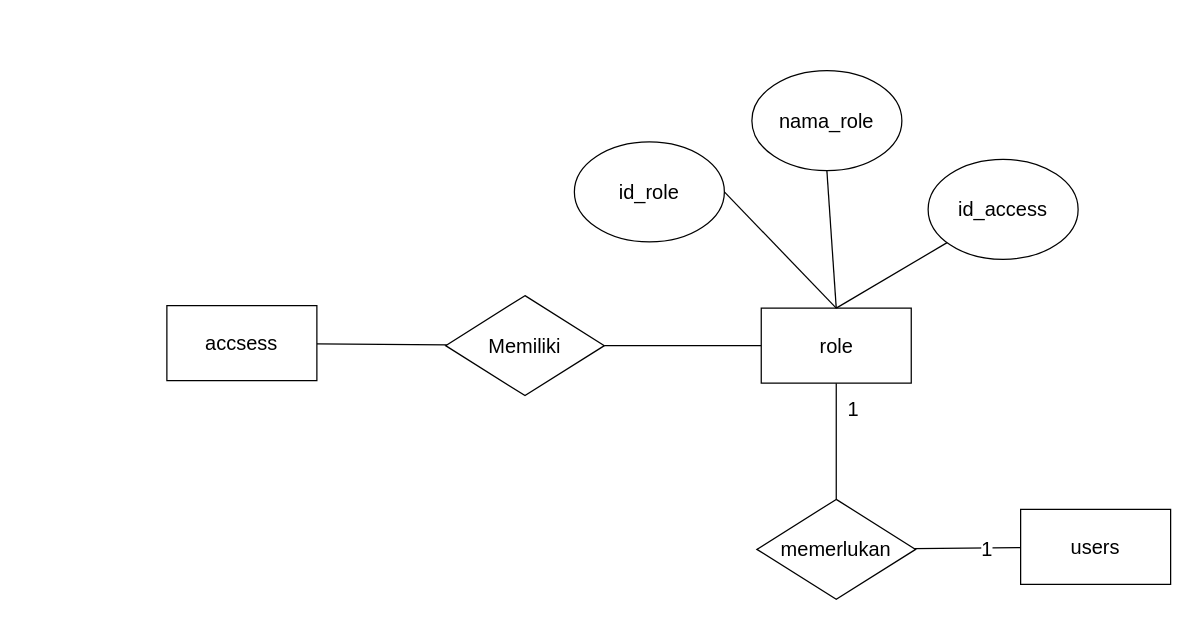
The draw.io diagram diagram entity.drawio in Kantrawibawa10/Draw-I-O, before the edit. Source tidied: cells renumbered, new cells numbered last; positions are measured from the earlier drawing's top-left corner, leaving out a move shared by most shapes. Both pictures are drawn from the tidied source at 125%, with x=0, y=0 at pixel (166, 70).
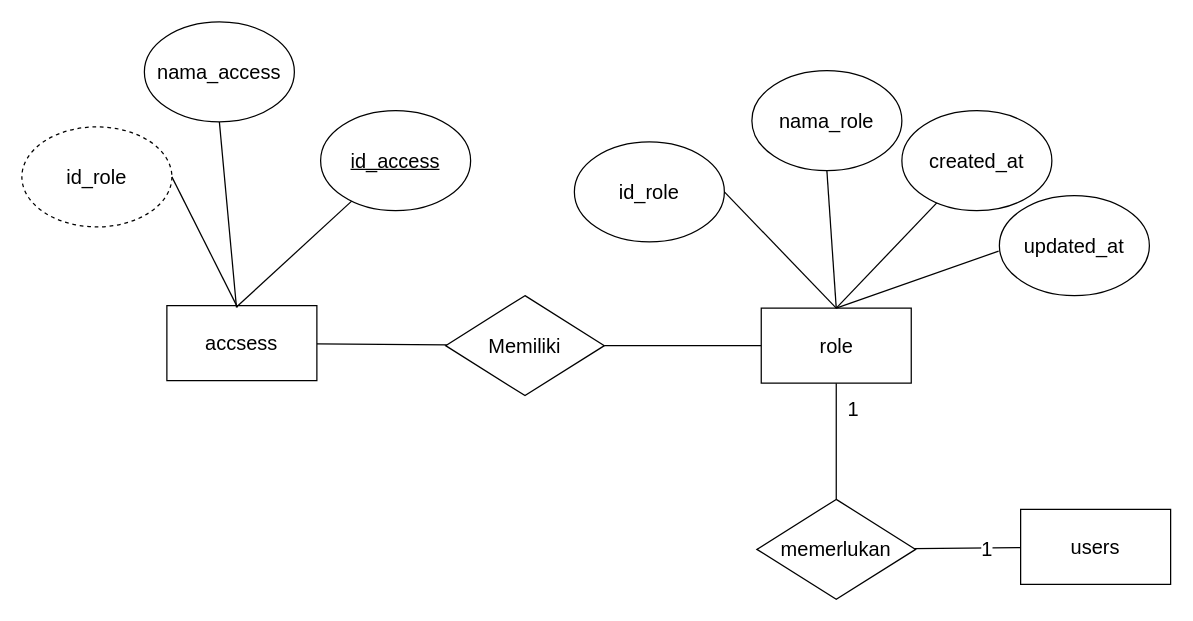
Above is the later version.

The change refers to these unchanged cells:
```xml
<mxCell id="6" value="role" style="rounded=0;whiteSpace=wrap;html=1;fontSize=16;" parent="1" vertex="1">
  <mxGeometry x="475.5" y="190" width="120" height="60" as="geometry" />
</mxCell>
<mxCell id="19" value="accsess" style="rounded=0;whiteSpace=wrap;html=1;fontSize=16;" parent="1" vertex="1">
  <mxGeometry y="188" width="120" height="60" as="geometry" />
</mxCell>
```

The edit, as a diff of the source:
```diff
@@
-    <mxCell id="16" value="id_access" style="ellipse;whiteSpace=wrap;html=1;fontSize=16;" parent="1" vertex="1">
-      <mxGeometry x="609" y="71" width="120" height="80" as="geometry" />
+    <mxCell id="16" value="created_at" style="ellipse;whiteSpace=wrap;html=1;fontSize=16;" parent="1" vertex="1">
+      <mxGeometry x="588" y="32" width="120" height="80" as="geometry" />
     </mxCell>
@@
+    <mxCell id="20" style="edgeStyle=none;curved=1;rounded=0;jettySize=auto;html=1;exitX=1;exitY=0.5;exitDx=0;exitDy=0;fontSize=12;startSize=8;endSize=8;endArrow=none;endFill=0;entryX=0.471;entryY=0.023;entryDx=0;entryDy=0;entryPerimeter=0;" parent="1" edge="1" source="21" target="19">
+      <mxGeometry relative="1" as="geometry" />
+    </mxCell>
+    <mxCell id="21" value="id_role" style="ellipse;whiteSpace=wrap;html=1;fontSize=16;dashed=1;" parent="1" vertex="1">
+      <mxGeometry x="-116" y="45" width="120" height="80" as="geometry" />
+    </mxCell>
+    <mxCell id="22" style="edgeStyle=none;curved=1;rounded=0;jettySize=auto;html=1;exitX=0.5;exitY=1;exitDx=0;exitDy=0;fontSize=12;startSize=8;endSize=8;endArrow=none;endFill=0;entryX=0.464;entryY=0.024;entryDx=0;entryDy=0;entryPerimeter=0;" parent="1" edge="1" source="23" target="19">
+      <mxGeometry relative="1" as="geometry" />
+    </mxCell>
+    <mxCell id="23" value="nama_access" style="ellipse;whiteSpace=wrap;html=1;fontSize=16;" parent="1" vertex="1">
+      <mxGeometry x="-18" y="-39" width="120" height="80" as="geometry" />
+    </mxCell>
+    <mxCell id="24" style="edgeStyle=none;curved=1;rounded=0;jettySize=auto;html=1;entryX=0.464;entryY=0.019;entryDx=0;entryDy=0;fontSize=12;startSize=8;endSize=8;endArrow=none;endFill=0;entryPerimeter=0;" parent="1" edge="1" source="25" target="19">
+      <mxGeometry relative="1" as="geometry" />
+    </mxCell>
+    <mxCell id="25" value="&lt;u&gt;id_access&lt;/u&gt;" style="ellipse;whiteSpace=wrap;html=1;fontSize=16;" parent="1" vertex="1">
+      <mxGeometry x="123" y="32" width="120" height="80" as="geometry" />
+    </mxCell>
+    <mxCell id="26" value="updated_at" style="ellipse;whiteSpace=wrap;html=1;fontSize=16;" parent="1" vertex="1">
+      <mxGeometry x="666" y="100" width="120" height="80" as="geometry" />
+    </mxCell>
+    <mxCell id="27" style="edgeStyle=none;curved=1;rounded=0;jettySize=auto;html=1;entryX=0.5;entryY=0;entryDx=0;entryDy=0;fontSize=12;startSize=8;endSize=8;endArrow=none;endFill=0;exitX=-0.005;exitY=0.555;exitDx=0;exitDy=0;exitPerimeter=0;" parent="1" edge="1" source="26" target="6">
+      <mxGeometry relative="1" as="geometry" />
+    </mxCell>
```
